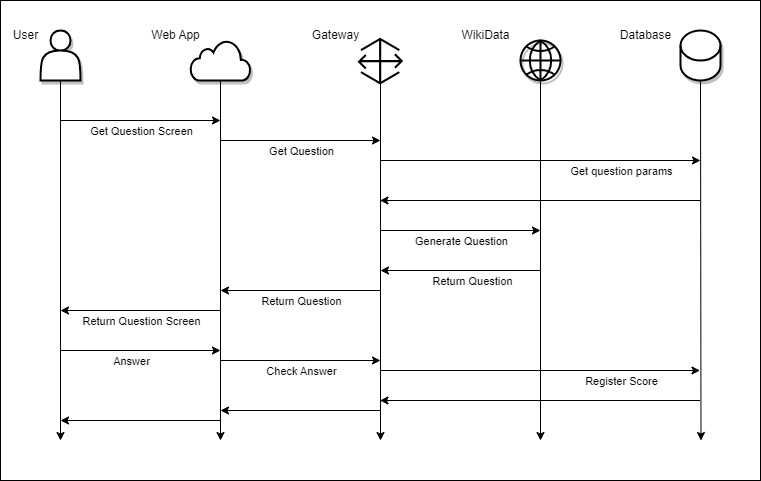
Above: docs/images/06_question.drawio.png in Arquisoft/wiq_es05b (draw.io), before the change. Source tidied: cells renumbered, new cells last; positions are measured from the earlier drawing's top-left corner, leaving out a move shared by most shapes.
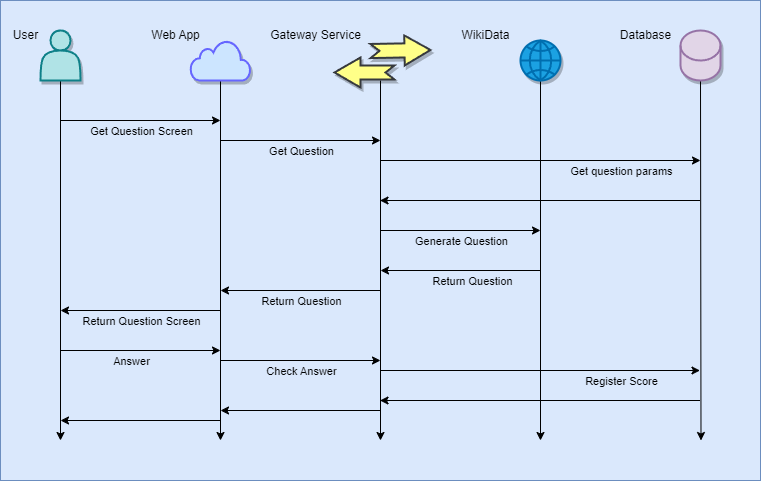
The same file after the commit.

Change to the diagram source:
```diff
@@ -2,7 +2,7 @@
   <root>
     <mxCell id="0" />
     <mxCell id="1" value="Background" parent="0" />
-    <mxCell id="2" style="whiteSpace=wrap;html=1;fillColor=default;" parent="1" vertex="1">
+    <mxCell id="2" style="whiteSpace=wrap;html=1;fillColor=#dae8fc;strokeColor=#6c8ebf;" parent="1" vertex="1">
       <mxGeometry width="760" height="480" as="geometry" />
     </mxCell>
     <mxCell id="3" value="Diagram" parent="0" />
@@ -12,7 +12,7 @@
         <mxPoint x="60" y="440" as="targetPoint" />
       </mxGeometry>
     </mxCell>
-    <mxCell id="5" style="shape=actor;whiteSpace=wrap;html=1;shadow=1;strokeWidth=2;" parent="3" vertex="1">
+    <mxCell id="5" style="shape=actor;whiteSpace=wrap;html=1;shadow=1;strokeWidth=2;fillColor=#b0e3e6;strokeColor=#0e8088;" parent="3" vertex="1">
       <mxGeometry x="40" y="30" width="40" height="50" as="geometry" />
     </mxCell>
     <mxCell id="6" style="edgeStyle=none;html=1;exitX=0.5;exitY=1;exitDx=0;exitDy=0;" parent="3" edge="1">
@@ -32,7 +32,7 @@
         <mxPoint x="700.5" y="440" as="targetPoint" />
       </mxGeometry>
     </mxCell>
-    <mxCell id="9" value="&lt;br&gt;" style="shape=cylinder3;whiteSpace=wrap;html=1;boundedLbl=1;backgroundOutline=1;size=15;shadow=1;sketch=0;fillStyle=auto;fillColor=#FFFFFF;strokeWidth=2;" parent="3" vertex="1">
+    <mxCell id="9" value="&lt;br&gt;" style="shape=cylinder3;whiteSpace=wrap;html=1;boundedLbl=1;backgroundOutline=1;size=15;shadow=1;sketch=0;fillStyle=auto;fillColor=#e1d5e7;strokeWidth=2;strokeColor=#9673a6;" parent="3" vertex="1">
       <mxGeometry x="680" y="30" width="40" height="50" as="geometry" />
     </mxCell>
     <mxCell id="10" style="endArrow=classic;html=1;" parent="3" edge="1">
@@ -41,7 +41,7 @@
         <mxPoint x="220" y="120" as="targetPoint" />
       </mxGeometry>
     </mxCell>
-    <mxCell id="11" value="Get Question Screen" style="edgeLabel;html=1;align=center;verticalAlign=middle;" parent="10" vertex="1">
+    <mxCell id="11" value="Get Question Screen" style="edgeLabel;html=1;align=center;verticalAlign=middle;labelBackgroundColor=none;" parent="10" vertex="1">
       <mxGeometry x="-0.4" y="2" relative="1" as="geometry">
         <mxPoint x="32" y="12" as="offset" />
       </mxGeometry>
@@ -52,7 +52,7 @@
         <mxPoint x="60" y="310" as="targetPoint" />
       </mxGeometry>
     </mxCell>
-    <mxCell id="13" value="Return Question Screen" style="edgeLabel;html=1;align=center;verticalAlign=middle;" parent="12" vertex="1">
+    <mxCell id="13" value="Return Question Screen" style="edgeLabel;html=1;align=center;verticalAlign=middle;labelBackgroundColor=none;" parent="12" vertex="1">
       <mxGeometry x="-0.17" y="-3" relative="1" as="geometry">
         <mxPoint x="-14" y="13" as="offset" />
       </mxGeometry>
@@ -63,7 +63,7 @@
         <mxPoint x="380" y="140" as="targetPoint" />
       </mxGeometry>
     </mxCell>
-    <mxCell id="15" value="Get Question" style="edgeLabel;html=1;align=center;verticalAlign=middle;" parent="14" vertex="1">
+    <mxCell id="15" value="Get Question" style="edgeLabel;html=1;align=center;verticalAlign=middle;labelBackgroundColor=none;" parent="14" vertex="1">
       <mxGeometry x="-0.25" y="-5" relative="1" as="geometry">
         <mxPoint x="20" y="5" as="offset" />
       </mxGeometry>
@@ -74,7 +74,7 @@
         <mxPoint x="700" y="160" as="targetPoint" />
       </mxGeometry>
     </mxCell>
-    <mxCell id="17" value="Get question params" style="edgeLabel;html=1;align=center;verticalAlign=middle;" parent="16" vertex="1">
+    <mxCell id="17" value="Get question params" style="edgeLabel;html=1;align=center;verticalAlign=middle;labelBackgroundColor=none;" parent="16" vertex="1">
       <mxGeometry x="-0.39" y="3" relative="1" as="geometry">
         <mxPoint x="143" y="13" as="offset" />
       </mxGeometry>
@@ -91,7 +91,7 @@
         <mxPoint x="540" y="230" as="targetPoint" />
       </mxGeometry>
     </mxCell>
-    <mxCell id="20" value="Generate Question" style="edgeLabel;html=1;align=center;verticalAlign=middle;" parent="19" vertex="1">
+    <mxCell id="20" value="Generate Question" style="edgeLabel;html=1;align=center;verticalAlign=middle;labelBackgroundColor=none;" parent="19" vertex="1">
       <mxGeometry x="0.15" y="2" relative="1" as="geometry">
         <mxPoint x="-12" y="12" as="offset" />
       </mxGeometry>
@@ -108,7 +108,7 @@
         <mxPoint x="380" y="270" as="targetPoint" />
       </mxGeometry>
     </mxCell>
-    <mxCell id="23" value="Return Question" style="edgeLabel;html=1;align=center;verticalAlign=middle;" parent="22" vertex="1">
+    <mxCell id="23" value="Return Question" style="edgeLabel;html=1;align=center;verticalAlign=middle;labelBackgroundColor=none;" parent="22" vertex="1">
       <mxGeometry x="-0.28" y="3" relative="1" as="geometry">
         <mxPoint x="-12" y="7" as="offset" />
       </mxGeometry>
@@ -119,7 +119,7 @@
         <mxPoint x="220" y="290" as="targetPoint" />
       </mxGeometry>
     </mxCell>
-    <mxCell id="25" value="Return Question" style="edgeLabel;html=1;align=center;verticalAlign=middle;" parent="24" vertex="1">
+    <mxCell id="25" value="Return Question" style="edgeLabel;html=1;align=center;verticalAlign=middle;labelBackgroundColor=none;" parent="24" vertex="1">
       <mxGeometry x="-0.27" y="1" relative="1" as="geometry">
         <mxPoint x="-22" y="9" as="offset" />
       </mxGeometry>
@@ -130,7 +130,7 @@
         <mxPoint x="60" y="420" as="targetPoint" />
       </mxGeometry>
     </mxCell>
-    <mxCell id="27" style="html=1;verticalLabelPosition=bottom;align=center;labelBackgroundColor=#ffffff;verticalAlign=top;strokeWidth=2;strokeColor=#000000;shadow=1;dashed=0;shape=mxgraph.ios7.icons.cloud;" parent="3" vertex="1">
+    <mxCell id="27" style="html=1;verticalLabelPosition=bottom;align=center;labelBackgroundColor=#ffffff;verticalAlign=top;strokeWidth=2;strokeColor=#6666FF;shadow=1;dashed=0;shape=mxgraph.ios7.icons.cloud;fillColor=#cce5ff;" parent="3" vertex="1">
       <mxGeometry x="190" y="40" width="60" height="40" as="geometry" />
     </mxCell>
     <mxCell id="28" value="User" style="text;html=1;align=center;verticalAlign=middle;strokeColor=none;fillColor=none;" parent="3" vertex="1">
@@ -139,9 +139,6 @@
     <mxCell id="29" value="Web App" style="text;html=1;align=center;verticalAlign=middle;strokeColor=none;fillColor=none;" parent="3" vertex="1">
       <mxGeometry x="140" y="20" width="70" height="30" as="geometry" />
     </mxCell>
-    <mxCell id="30" value="Gateway" style="text;html=1;align=center;verticalAlign=middle;strokeColor=none;fillColor=none;" parent="3" vertex="1">
-      <mxGeometry x="300" y="20" width="70" height="30" as="geometry" />
-    </mxCell>
     <mxCell id="31" value="WikiData" style="text;html=1;align=center;verticalAlign=middle;strokeColor=none;fillColor=none;" parent="3" vertex="1">
       <mxGeometry x="450" y="20" width="70" height="30" as="geometry" />
     </mxCell>
@@ -154,7 +151,7 @@
         <mxPoint x="220" y="350" as="targetPoint" />
       </mxGeometry>
     </mxCell>
-    <mxCell id="34" value="Answer" style="edgeLabel;html=1;align=center;verticalAlign=middle;" parent="33" vertex="1">
+    <mxCell id="34" value="Answer" style="edgeLabel;html=1;align=center;verticalAlign=middle;labelBackgroundColor=none;" parent="33" vertex="1">
       <mxGeometry x="-0.4" y="2" relative="1" as="geometry">
         <mxPoint x="22" y="12" as="offset" />
       </mxGeometry>
@@ -165,7 +162,7 @@
         <mxPoint x="380" y="360" as="targetPoint" />
       </mxGeometry>
     </mxCell>
-    <mxCell id="36" value="Check Answer" style="edgeLabel;html=1;align=center;verticalAlign=middle;" parent="35" vertex="1">
+    <mxCell id="36" value="Check Answer" style="edgeLabel;html=1;align=center;verticalAlign=middle;labelBackgroundColor=none;" parent="35" vertex="1">
       <mxGeometry x="-0.4" y="2" relative="1" as="geometry">
         <mxPoint x="32" y="12" as="offset" />
       </mxGeometry>
@@ -176,7 +173,7 @@
         <mxPoint x="699.5" y="370" as="targetPoint" />
       </mxGeometry>
     </mxCell>
-    <mxCell id="38" value="Register Score" style="edgeLabel;html=1;align=center;verticalAlign=middle;" parent="37" vertex="1">
+    <mxCell id="38" value="Register Score" style="edgeLabel;html=1;align=center;verticalAlign=middle;labelBackgroundColor=none;" parent="37" vertex="1">
       <mxGeometry x="-0.4" y="2" relative="1" as="geometry">
         <mxPoint x="145" y="12" as="offset" />
       </mxGeometry>
@@ -193,11 +190,20 @@
         <mxPoint x="220" y="410" as="targetPoint" />
       </mxGeometry>
     </mxCell>
-    <mxCell id="41" style="html=1;verticalLabelPosition=bottom;align=center;labelBackgroundColor=#ffffff;verticalAlign=top;strokeWidth=2;shadow=1;dashed=0;shape=mxgraph.ios7.icons.globe;fillColor=none;" parent="3" vertex="1">
+    <mxCell id="41" style="html=1;verticalLabelPosition=bottom;align=center;labelBackgroundColor=#ffffff;verticalAlign=top;strokeWidth=2;shadow=1;dashed=0;shape=mxgraph.ios7.icons.globe;fillColor=#1ba1e2;fontColor=#ffffff;strokeColor=#006EAF;" parent="3" vertex="1">
       <mxGeometry x="520" y="40" width="40" height="40" as="geometry" />
     </mxCell>
-    <mxCell id="42" style="verticalLabelPosition=bottom;verticalAlign=top;align=center;html=1;fontSize=12;fontStyle=0;shape=mxgraph.aws4.gateway;shadow=0;fillColor=#000000;fontColor=#ffffff;strokeColor=none;strokeWidth=1;gradientColor=none;perimeterSpacing=1;" parent="3" vertex="1">
-      <mxGeometry x="357" y="37" width="45.7" height="47.3" as="geometry" />
-    </mxCell>
+    <mxCell id="43" value="Gateway Service" style="text;html=1;align=center;verticalAlign=middle;strokeColor=none;fillColor=none;" parent="3" vertex="1">
+      <mxGeometry x="260" y="20" width="110" height="30" as="geometry" />
+    </mxCell>
+    <mxCell id="44" style="group;" parent="3" vertex="1">
+      <mxGeometry x="334" y="37.5" width="92.3" height="49.5" as="geometry" />
+    </mxCell>
+    <mxCell id="45" style="html=1;shadow=1;dashed=0;align=center;verticalAlign=middle;shape=mxgraph.arrows2.arrow;dy=0.53;dx=26;flipH=1;notch=9;labelBackgroundColor=none;strokeWidth=2;fillColor=#ffff88;strokeColor=#36393d;" parent="44" vertex="1">
+      <mxGeometry y="19.5" width="60" height="30" as="geometry" />
+    </mxCell>
+    <mxCell id="46" style="html=1;shadow=1;dashed=0;align=center;verticalAlign=middle;shape=mxgraph.arrows2.arrow;dy=0.53;dx=26;flipH=1;notch=9;labelBackgroundColor=none;strokeWidth=2;rotation=-181;fillColor=#ffff88;strokeColor=#36393d;" parent="44" vertex="1">
+      <mxGeometry x="36" y="-2.5" width="60" height="30" as="geometry" />
+    </mxCell>
   </root>
 </mxGraphModel>
```
